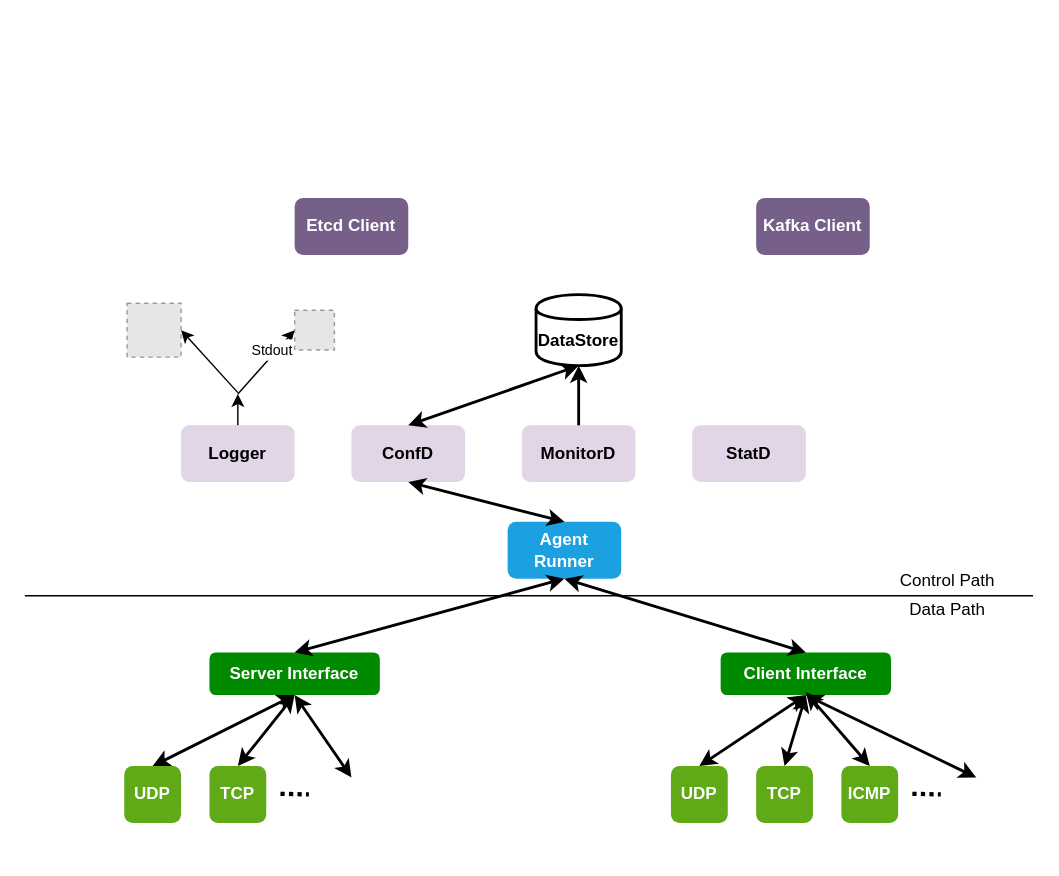
The draw.io diagram go-pingpong.drawio in sugchand/drawio, before the edit. Source tidied: cells renumbered, new cells numbered last; positions are measured from the earlier drawing's top-left corner, leaving out a move shared by most shapes. Both pictures are drawn from the tidied source at 142%, with x=0, y=0 at pixel (24, 197). Pictures stored in the file or linked from it are replaced by grey dashed boxes.
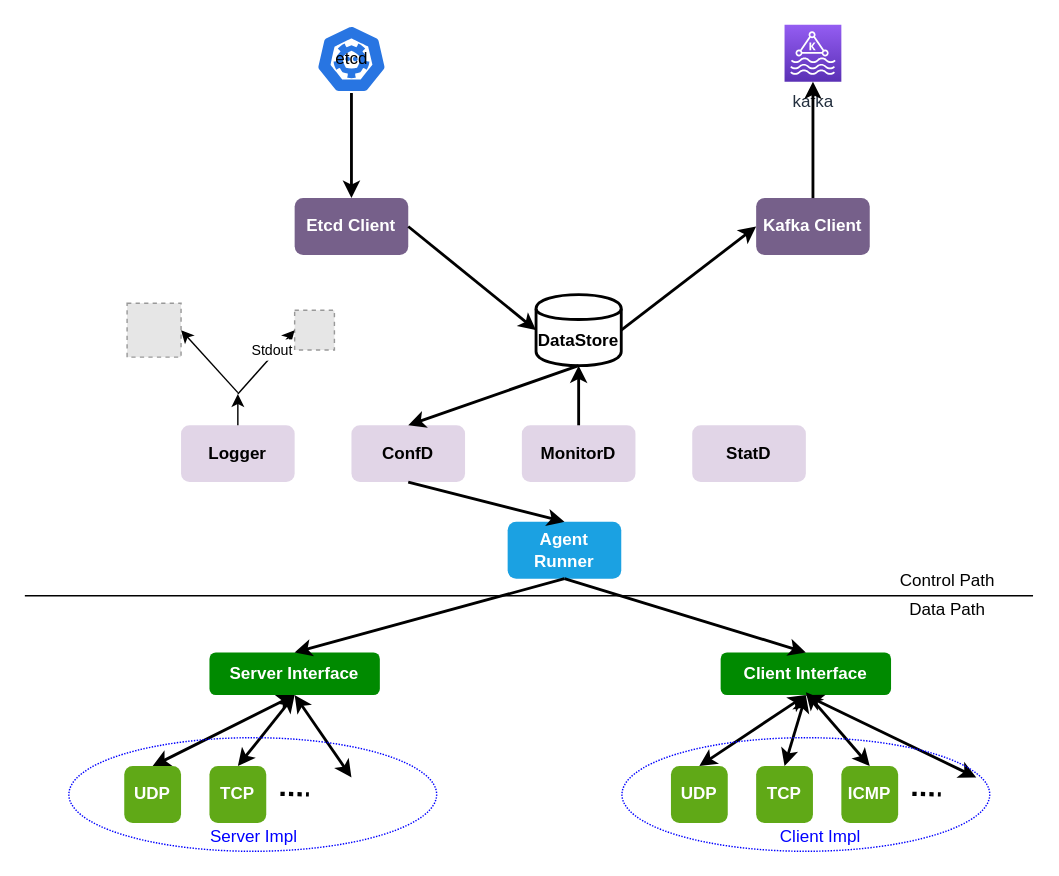
After the change.

The change refers to these unchanged cells:
```xml
<mxCell id="2" value="&lt;b&gt;ConfD&lt;/b&gt;" style="rounded=1;whiteSpace=wrap;html=1;fillColor=#e1d5e7;strokeColor=none;" parent="1" vertex="1">
  <mxGeometry x="230" y="160" width="80" height="40" as="geometry" />
</mxCell>
<mxCell id="9" value="&lt;b&gt;Kafka Client&lt;/b&gt;" style="rounded=1;whiteSpace=wrap;html=1;fillColor=#76608a;strokeColor=none;fontColor=#ffffff;" parent="1" vertex="1">
  <mxGeometry x="515" width="80" height="40" as="geometry" />
</mxCell>
<mxCell id="10" value="&lt;b&gt;Etcd Client&lt;/b&gt;" style="rounded=1;whiteSpace=wrap;html=1;fillColor=#76608a;strokeColor=none;fontColor=#ffffff;" parent="1" vertex="1">
  <mxGeometry x="190" width="80" height="40" as="geometry" />
</mxCell>
<mxCell id="11" value="&lt;b&gt;DataStore&lt;/b&gt;" style="shape=cylinder;whiteSpace=wrap;html=1;boundedLbl=1;backgroundOutline=1;strokeWidth=2;" parent="1" vertex="1">
  <mxGeometry x="360" y="68" width="60" height="50" as="geometry" />
</mxCell>
<mxCell id="12" value="&lt;b&gt;Server Interface&lt;/b&gt;" style="rounded=1;whiteSpace=wrap;html=1;fillColor=#008a00;strokeColor=none;fontColor=#ffffff;" parent="1" vertex="1">
  <mxGeometry x="130" y="320" width="120" height="30" as="geometry" />
</mxCell>
<mxCell id="13" value="&lt;b&gt;Client Interface&lt;/b&gt;" style="rounded=1;whiteSpace=wrap;html=1;fillColor=#008a00;strokeColor=none;fontColor=#ffffff;" parent="1" vertex="1">
  <mxGeometry x="490" y="320" width="120" height="30" as="geometry" />
</mxCell>
<mxCell id="25" value="&lt;b&gt;Agent Runner&lt;/b&gt;" style="rounded=1;whiteSpace=wrap;html=1;fillColor=#1ba1e2;strokeColor=none;fontColor=#ffffff;" parent="1" vertex="1">
  <mxGeometry x="340" y="228" width="80" height="40" as="geometry" />
</mxCell>
```

Diff of the diagram source:
```diff
@@
-    <mxCell id="29" style="endArrow=classic;startArrow=classic;html=1;strokeWidth=2;entryX=0.5;entryY=1;entryDx=0;entryDy=0;exitX=0.5;exitY=0;exitDx=0;exitDy=0;" parent="1" edge="1" source="12" target="25">
+    <mxCell id="29" style="endArrow=none;startArrow=classic;html=1;strokeWidth=2;entryX=0.5;entryY=1;entryDx=0;entryDy=0;exitX=0.5;exitY=0;exitDx=0;exitDy=0;endFill=0;" parent="1" edge="1" source="12" target="25">
       <mxGeometry relative="1" as="geometry" />
     </mxCell>
-    <mxCell id="30" style="endArrow=classic;startArrow=classic;html=1;strokeWidth=2;entryX=0.5;entryY=1;entryDx=0;entryDy=0;exitX=0.5;exitY=0;exitDx=0;exitDy=0;" parent="1" edge="1" source="13" target="25">
+    <mxCell id="30" style="endArrow=none;startArrow=classic;html=1;strokeWidth=2;entryX=0.5;entryY=1;entryDx=0;entryDy=0;exitX=0.5;exitY=0;exitDx=0;exitDy=0;endFill=0;" parent="1" edge="1" source="13" target="25">
       <mxGeometry relative="1" as="geometry" />
     </mxCell>
@@
-    <mxCell id="36" style="endArrow=classic;startArrow=classic;html=1;strokeWidth=2;entryX=0.5;entryY=1;entryDx=0;entryDy=0;exitX=0.5;exitY=0;exitDx=0;exitDy=0;" parent="1" edge="1" source="25" target="2">
+    <mxCell id="36" style="endArrow=none;startArrow=classic;html=1;strokeWidth=2;entryX=0.5;entryY=1;entryDx=0;entryDy=0;exitX=0.5;exitY=0;exitDx=0;exitDy=0;endFill=0;" parent="1" edge="1" source="25" target="2">
       <mxGeometry relative="1" as="geometry" />
     </mxCell>
-    <mxCell id="37" style="endArrow=classic;startArrow=classic;html=1;strokeWidth=2;entryX=0.5;entryY=1;entryDx=0;entryDy=0;exitX=0.5;exitY=0;exitDx=0;exitDy=0;" parent="1" edge="1" source="2" target="11">
+    <mxCell id="37" style="endArrow=none;startArrow=classic;html=1;strokeWidth=2;entryX=0.5;entryY=1;entryDx=0;entryDy=0;exitX=0.5;exitY=0;exitDx=0;exitDy=0;endFill=0;" parent="1" edge="1" source="2" target="11">
       <mxGeometry relative="1" as="geometry" />
     </mxCell>
@@
+    <mxCell id="40" style="ellipse;whiteSpace=wrap;html=1;strokeWidth=1;fillColor=none;dashed=1;dashPattern=1 1;strokeColor=#0000FF;" parent="1" vertex="1">
+      <mxGeometry x="31" y="380" width="259" height="80" as="geometry" />
+    </mxCell>
+    <mxCell id="41" value="&lt;font color=&quot;#0000ff&quot;&gt;Server Impl&lt;br&gt;&lt;/font&gt;" style="text;html=1;align=center;verticalAlign=middle;" parent="1" vertex="1">
+      <mxGeometry x="120.5" y="440" width="80" height="20" as="geometry" />
+    </mxCell>
+    <mxCell id="42" style="ellipse;whiteSpace=wrap;html=1;strokeWidth=1;fillColor=none;dashed=1;dashPattern=1 1;strokeColor=#0000FF;" parent="1" vertex="1">
+      <mxGeometry x="420.5" y="380" width="259" height="80" as="geometry" />
+    </mxCell>
+    <mxCell id="43" value="&lt;font color=&quot;#0000ff&quot;&gt;Client Impl&lt;br&gt;&lt;/font&gt;" style="text;html=1;align=center;verticalAlign=middle;" parent="1" vertex="1">
+      <mxGeometry x="525" y="440" width="70" height="20" as="geometry" />
+    </mxCell>
+    <mxCell id="44" value="etcd" style="html=1;dashed=0;whitespace=wrap;fillColor=#2875E2;strokeColor=#ffffff;points=[[0.005,0.63,0],[0.1,0.2,0],[0.9,0.2,0],[0.5,0,0],[0.995,0.63,0],[0.72,0.99,0],[0.5,1,0],[0.28,0.99,0]];shape=mxgraph.kubernetes.icon;prIcon=etcd;dashPattern=1 1;" parent="1" vertex="1">
+      <mxGeometry x="205" y="-122" width="50" height="48" as="geometry" />
+    </mxCell>
+    <mxCell id="45" style="endArrow=none;startArrow=classic;html=1;strokeWidth=2;entryX=0.5;entryY=1;entryDx=0;entryDy=0;endFill=0;entryPerimeter=0;" parent="1" edge="1" source="10" target="44">
+      <mxGeometry relative="1" as="geometry" />
+    </mxCell>
+    <mxCell id="46" style="endArrow=none;startArrow=classic;html=1;strokeWidth=2;entryX=1;entryY=0.5;entryDx=0;entryDy=0;exitX=0;exitY=0.5;exitDx=0;exitDy=0;endFill=0;" parent="1" edge="1" source="11" target="10">
+      <mxGeometry relative="1" as="geometry" />
+    </mxCell>
+    <mxCell id="47" style="endArrow=none;startArrow=classic;html=1;strokeWidth=2;entryX=1;entryY=0.5;entryDx=0;entryDy=0;endFill=0;exitX=0;exitY=0.5;exitDx=0;exitDy=0;" parent="1" edge="1" source="9" target="11">
+      <mxGeometry relative="1" as="geometry" />
+    </mxCell>
+    <mxCell id="48" value="kafka" style="outlineConnect=0;fontColor=#232F3E;gradientColor=#945DF2;gradientDirection=north;fillColor=#5A30B5;strokeColor=#ffffff;dashed=0;verticalLabelPosition=bottom;verticalAlign=top;align=center;html=1;fontSize=12;fontStyle=0;shape=mxgraph.aws4.resourceIcon;resIcon=mxgraph.aws4.managed_streaming_for_kafka;dashPattern=1 1;" parent="1" vertex="1">
+      <mxGeometry x="535" y="-122" width="40" height="40" as="geometry" />
+    </mxCell>
+    <mxCell id="49" style="endArrow=none;startArrow=classic;html=1;strokeWidth=2;entryX=0.5;entryY=0;entryDx=0;entryDy=0;endFill=0;" parent="1" edge="1" source="48" target="9">
+      <mxGeometry relative="1" as="geometry" />
+    </mxCell>
```
